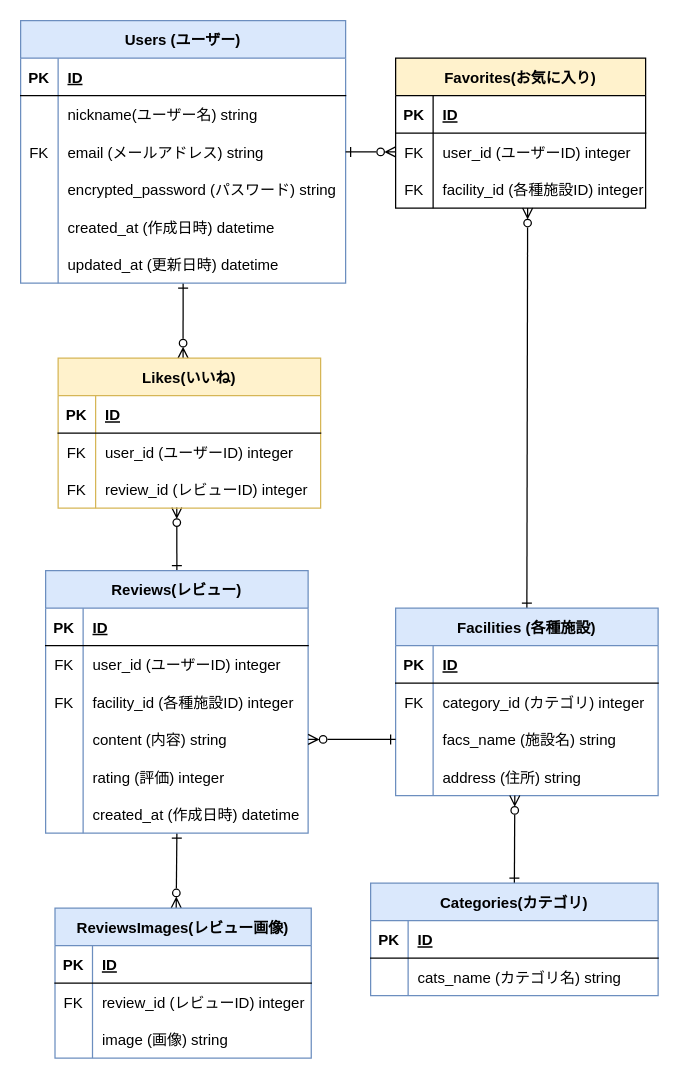
Earlier version of the draw.io diagram ER図.dio (vissel500/Hokuriku-shien-Travelers-map). Source tidied: cells renumbered, new cells numbered last; positions are measured from the earlier drawing's top-left corner, leaving out a move shared by most shapes. Both pictures are drawn from the tidied source at 125%, with x=0, y=0 at pixel (20, 20).
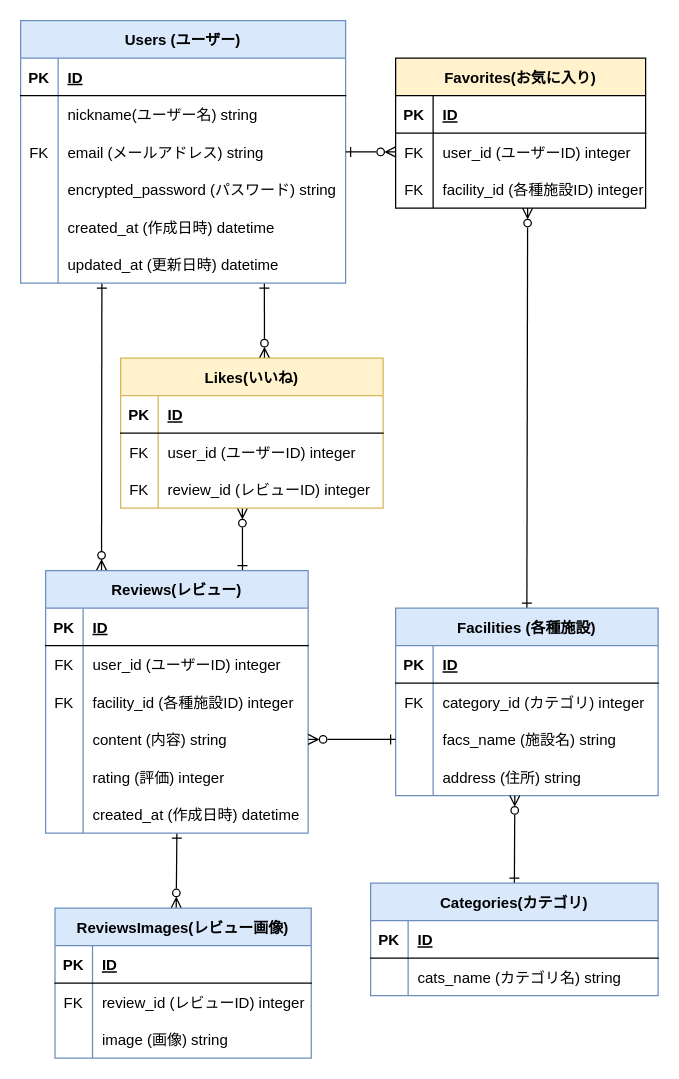
The same diagram, later.

The change refers to these unchanged cells:
```xml
<mxCell id="27" value="Users (ユーザー)" style="shape=table;startSize=30;childLayout=tableLayout;rowLines=0;fontStyle=1;align=center;fillColor=#dae8fc;strokeColor=#6c8ebf;" parent="1" vertex="1">
  <mxGeometry width="260" height="210" as="geometry" />
</mxCell>
<mxCell id="48" value="Reviews(レビュー)" style="shape=table;startSize=30;childLayout=tableLayout;rowLines=0;fontStyle=1;align=center;fillColor=#dae8fc;strokeColor=#6c8ebf;" parent="1" vertex="1">
  <mxGeometry x="20" y="440" width="210" height="210" as="geometry" />
</mxCell>
<mxCell id="74" style="shape=tableRow;horizontal=0;startSize=0;swimlaneHead=0;swimlaneBody=0;fillColor=none;points=[[0,0.5],[1,0.5]];portConstraint=eastwest;top=0;left=0;right=0;bottom=0;" parent="67" vertex="1">
  <mxGeometry y="90" width="210" height="30" as="geometry" />
</mxCell>
```

Change to the diagram source:
```diff
@@
-    <mxCell id="26" style="edgeStyle=none;html=1;exitX=0.5;exitY=1;exitDx=0;exitDy=0;entryX=0.476;entryY=0;entryDx=0;entryDy=0;entryPerimeter=0;strokeColor=default;startArrow=ERone;startFill=0;endArrow=ERzeroToMany;endFill=0;" parent="1" edge="1" source="27" target="67">
+    <mxCell id="26" style="edgeStyle=none;html=1;exitX=0.75;exitY=1;exitDx=0;exitDy=0;entryX=0.548;entryY=0;entryDx=0;entryDy=0;entryPerimeter=0;startArrow=ERone;startFill=0;endArrow=ERzeroToMany;endFill=0;" parent="1" edge="1" source="27" target="67">
       <mxGeometry relative="1" as="geometry" />
     </mxCell>
+    <mxCell id="97" style="edgeStyle=none;html=1;exitX=0.25;exitY=1;exitDx=0;exitDy=0;startArrow=ERone;startFill=0;endArrow=ERzeroToMany;endFill=0;entryX=0.213;entryY=-0.001;entryDx=0;entryDy=0;entryPerimeter=0;" parent="1" edge="1" source="27" target="48">
+      <mxGeometry relative="1" as="geometry" />
+    </mxCell>
@@
-    <mxCell id="47" style="edgeStyle=none;html=1;exitX=0.5;exitY=0;exitDx=0;exitDy=0;entryX=0.452;entryY=0.986;entryDx=0;entryDy=0;entryPerimeter=0;strokeColor=default;startArrow=ERone;startFill=0;endArrow=ERzeroToMany;endFill=0;" parent="1" edge="1" source="48" target="74">
-      <mxGeometry relative="1" as="geometry" />
-    </mxCell>
+    <mxCell id="98" style="edgeStyle=none;html=1;exitX=0.75;exitY=0;exitDx=0;exitDy=0;endArrow=ERzeroToMany;endFill=0;startArrow=ERone;startFill=0;" parent="1" edge="1" source="48">
+      <mxGeometry relative="1" as="geometry">
+        <mxPoint x="177.4" y="390" as="targetPoint" />
+      </mxGeometry>
+    </mxCell>
@@
     <mxCell id="67" value="Likes(いいね)" style="shape=table;startSize=30;childLayout=tableLayout;rowLines=0;fontStyle=1;align=center;fillColor=#fff2cc;strokeColor=#d6b656;" parent="1" vertex="1">
-      <mxGeometry x="30" y="270" width="210" height="120" as="geometry" />
+      <mxGeometry x="80" y="270" width="210" height="120" as="geometry" />
     </mxCell>
```
